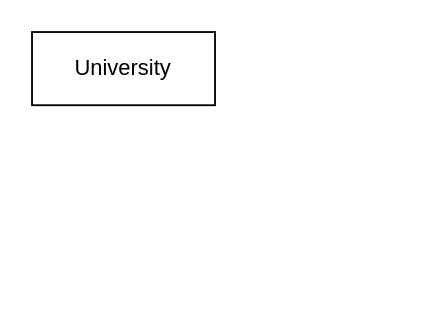
Above: lab1.drawio in rise22tz/databases (draw.io), before the change. Source tidied: cells renumbered, new cells numbered last; positions are measured from the earlier drawing's top-left corner, leaving out a move shared by most shapes. Both pictures are drawn from the tidied source at 183%, with x=0, y=0 at pixel (31, 31).
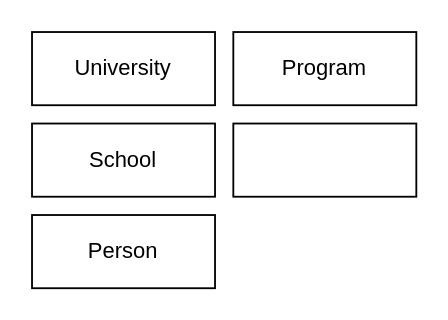
After the change.

Change to the diagram source:
```diff
@@
 <mxGraphModel>
   <root>
     <mxCell id="0" />
     <mxCell id="1" parent="0" />
     <mxCell id="2" value="University" style="whiteSpace=wrap;html=1;align=center;" parent="1" vertex="1">
       <mxGeometry width="100" height="40" as="geometry" />
     </mxCell>
+    <mxCell id="3" value="School" style="whiteSpace=wrap;html=1;align=center;" parent="1" vertex="1">
+      <mxGeometry y="50" width="100" height="40" as="geometry" />
+    </mxCell>
+    <mxCell id="4" value="Person" style="whiteSpace=wrap;html=1;align=center;" parent="1" vertex="1">
+      <mxGeometry y="100" width="100" height="40" as="geometry" />
+    </mxCell>
+    <mxCell id="5" value="Program" style="whiteSpace=wrap;html=1;align=center;" parent="1" vertex="1">
+      <mxGeometry x="110" width="100" height="40" as="geometry" />
+    </mxCell>
+    <mxCell id="6" style="whiteSpace=wrap;html=1;align=center;" parent="1" vertex="1">
+      <mxGeometry x="110" y="50" width="100" height="40" as="geometry" />
+    </mxCell>
   </root>
 </mxGraphModel>
```
